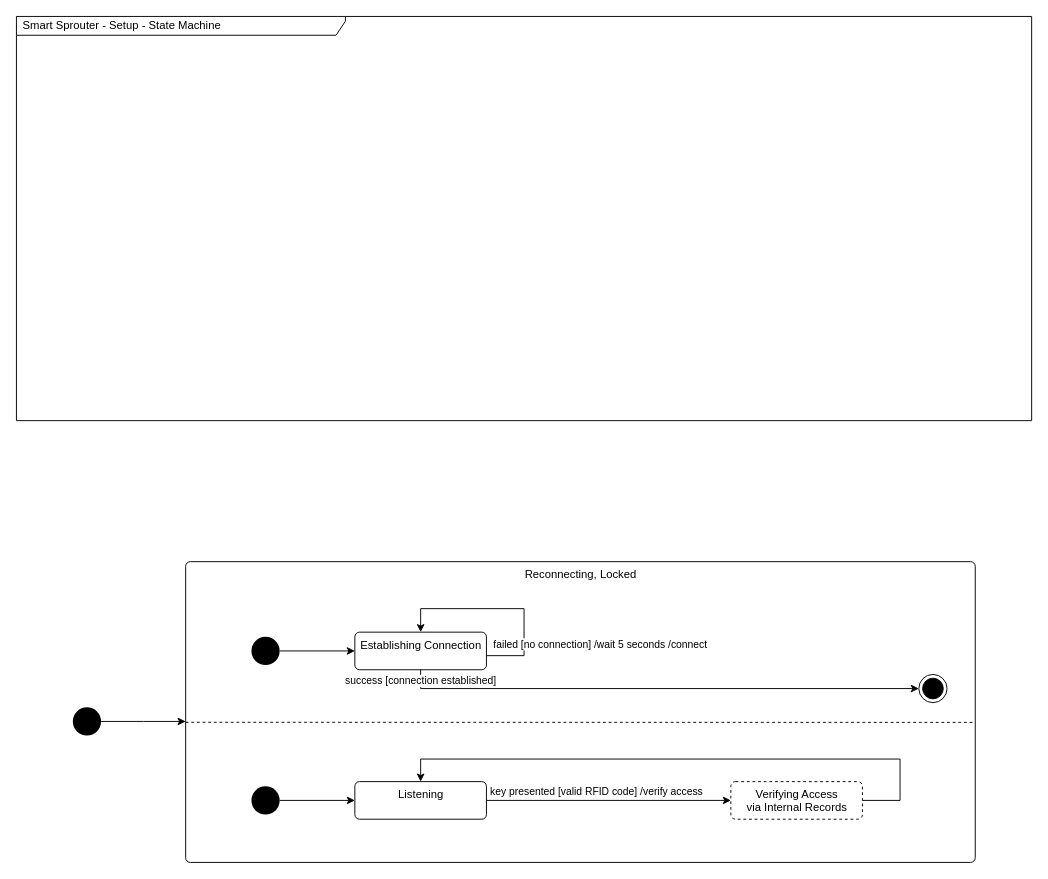
This is page "SettingUp" (6 of 12) of Documents/SmartSprouter_SystemFlow.drawio from EhudVardi/SmartSprouter, a draw.io file, before an edit. Source tidied: cells renumbered, new cells numbered last; positions are measured from the earlier drawing's top-left corner, leaving out a move shared by most shapes. Both pictures are drawn from the tidied source at 94%, with x=0, y=0 at pixel (16, 16).
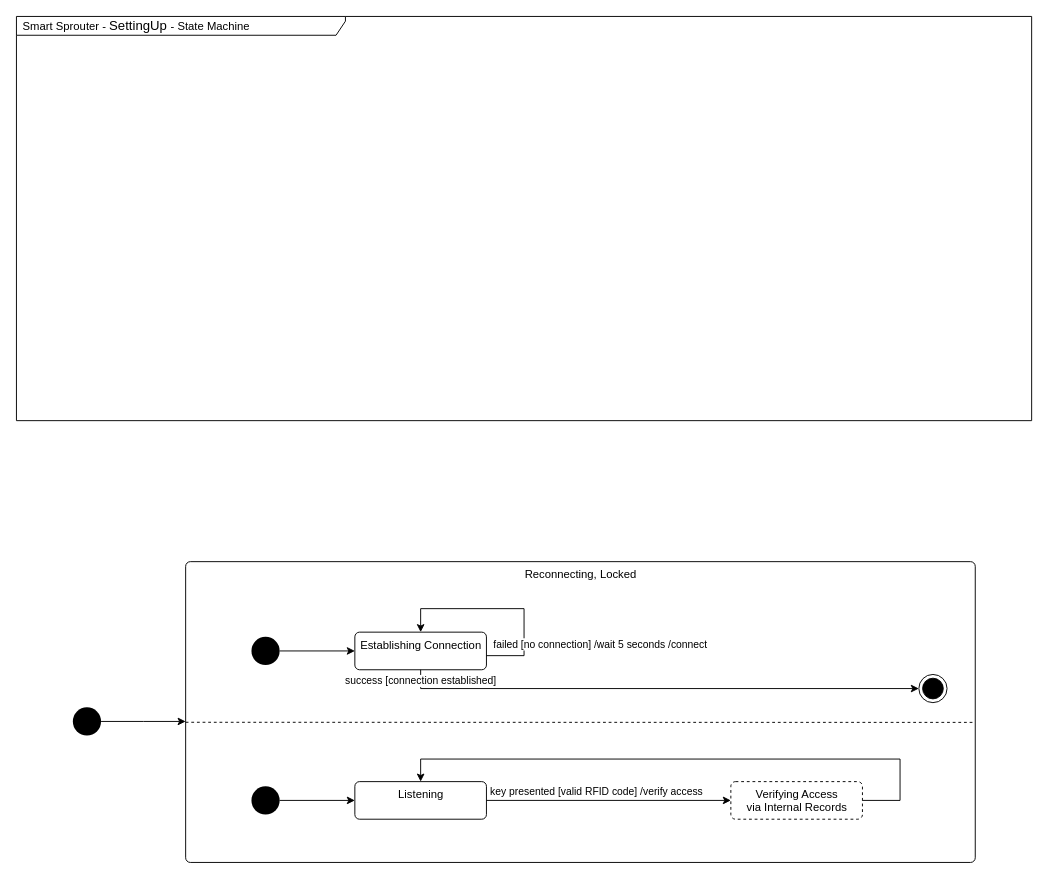
The same diagram, later.

Diff of the diagram source:
```diff
@@
-    <mxCell id="21" value="Smart Sprouter - Setup - State Machine" style="shape=umlFrame;whiteSpace=wrap;html=1;width=350;height=20;boundedLbl=1;verticalAlign=middle;align=left;spacingLeft=5;fontColor=#000000;fillColor=default;" parent="1" vertex="1">
+    <mxCell id="21" value="Smart Sprouter -&amp;nbsp;&lt;span style=&quot;font-size: 14px; text-align: center; text-wrap: nowrap;&quot;&gt;SettingUp&amp;nbsp;&lt;/span&gt;- State Machine" style="shape=umlFrame;whiteSpace=wrap;html=1;width=350;height=20;boundedLbl=1;verticalAlign=middle;align=left;spacingLeft=5;fontColor=#000000;fillColor=default;" parent="1" vertex="1">
       <mxGeometry width="1080" height="430" as="geometry" />
     </mxCell>
```
